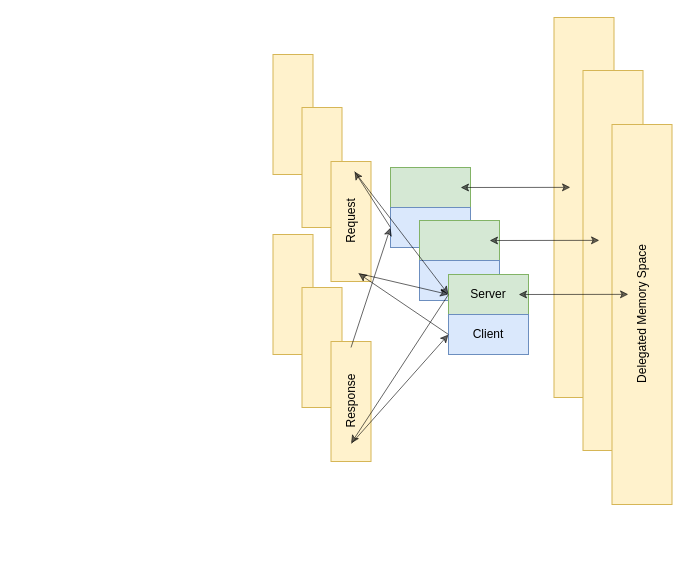
The draw.io diagram FIG/flat_async.drawio in bitslab/dill_thesis, before the edit. Source tidied: cells renumbered, new cells numbered last; positions are measured from the earlier drawing's top-left corner, leaving out a move shared by most shapes. Both pictures are drawn from the tidied source at 100%, with x=0, y=0 at pixel (196, 17).
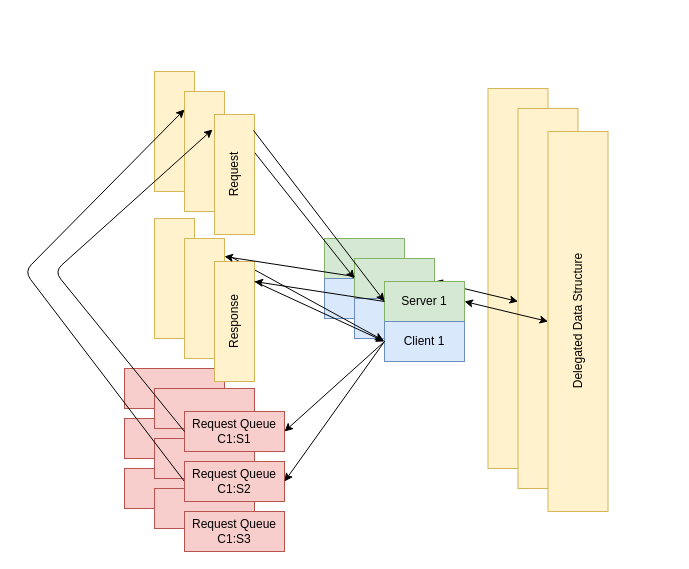
Above is the later version.

The edit, as a diff of the source:
```diff
@@
-    <mxCell id="2" style="group;opacity=60;" parent="1" vertex="1">
-      <mxGeometry width="417.5" height="380" as="geometry" />
-    </mxCell>
-    <mxCell id="3" style="group;" parent="2" vertex="1">
-      <mxGeometry x="76.5" width="341" height="380" as="geometry" />
-    </mxCell>
-    <mxCell id="4" style="rounded=0;whiteSpace=wrap;html=1;flipV=1;horizontal=0;fillColor=#fff2cc;strokeColor=#d6b656;" parent="3" vertex="1">
-      <mxGeometry y="217" width="40" height="120" as="geometry" />
-    </mxCell>
-    <mxCell id="5" style="rounded=0;whiteSpace=wrap;html=1;horizontal=0;fillColor=#fff2cc;strokeColor=#d6b656;" parent="3" vertex="1">
-      <mxGeometry x="281" width="60" height="380" as="geometry" />
-    </mxCell>
-    <mxCell id="6" style="rounded=0;whiteSpace=wrap;html=1;flipV=1;horizontal=0;fillColor=#fff2cc;strokeColor=#d6b656;" parent="3" vertex="1">
-      <mxGeometry y="37" width="40" height="120" as="geometry" />
-    </mxCell>
-    <mxCell id="7" style="group;" parent="3" vertex="1">
-      <mxGeometry x="117.5" y="150" width="80" height="80" as="geometry" />
-    </mxCell>
-    <mxCell id="8" style="rounded=0;whiteSpace=wrap;html=1;shadow=0;fillColor=#d5e8d4;strokeColor=#82b366;" parent="7" vertex="1">
-      <mxGeometry width="80" height="40" as="geometry" />
-    </mxCell>
-    <mxCell id="9" style="rounded=0;whiteSpace=wrap;html=1;shadow=0;fillColor=#dae8fc;strokeColor=#6c8ebf;" parent="7" vertex="1">
-      <mxGeometry y="40" width="80" height="40" as="geometry" />
-    </mxCell>
-    <mxCell id="10" style="endArrow=classic;startArrow=classic;html=1;opacity=60;entryX=0.275;entryY=0.447;entryDx=0;entryDy=0;entryPerimeter=0;" parent="3" edge="1" target="5">
-      <mxGeometry relative="1" as="geometry">
-        <mxPoint x="187.5" y="170" as="sourcePoint" />
-      </mxGeometry>
-    </mxCell>
-    <mxCell id="11" style="group;" parent="1" vertex="1">
-      <mxGeometry x="29" y="53" width="417.5" height="380" as="geometry" />
-    </mxCell>
-    <mxCell id="12" style="group;opacity=60;" parent="11" vertex="1">
-      <mxGeometry x="76.5" width="341" height="380" as="geometry" />
-    </mxCell>
-    <mxCell id="13" style="rounded=0;whiteSpace=wrap;html=1;flipV=1;horizontal=0;fillColor=#fff2cc;strokeColor=#d6b656;" parent="12" vertex="1">
-      <mxGeometry y="217" width="40" height="120" as="geometry" />
-    </mxCell>
-    <mxCell id="14" style="rounded=0;whiteSpace=wrap;html=1;horizontal=0;fillColor=#fff2cc;strokeColor=#d6b656;" parent="12" vertex="1">
-      <mxGeometry x="281" width="60" height="380" as="geometry" />
-    </mxCell>
-    <mxCell id="15" style="rounded=0;whiteSpace=wrap;html=1;flipV=1;horizontal=0;fillColor=#fff2cc;strokeColor=#d6b656;" parent="12" vertex="1">
-      <mxGeometry y="37" width="40" height="120" as="geometry" />
-    </mxCell>
-    <mxCell id="16" style="group;" parent="12" vertex="1">
-      <mxGeometry x="117.5" y="150" width="80" height="80" as="geometry" />
-    </mxCell>
-    <mxCell id="17" style="rounded=0;whiteSpace=wrap;html=1;shadow=0;fillColor=#d5e8d4;strokeColor=#82b366;" parent="16" vertex="1">
-      <mxGeometry width="80" height="40" as="geometry" />
-    </mxCell>
-    <mxCell id="18" style="rounded=0;whiteSpace=wrap;html=1;shadow=0;fillColor=#dae8fc;strokeColor=#6c8ebf;" parent="16" vertex="1">
-      <mxGeometry y="40" width="80" height="40" as="geometry" />
-    </mxCell>
-    <mxCell id="19" style="endArrow=classic;startArrow=classic;html=1;opacity=60;entryX=0.275;entryY=0.447;entryDx=0;entryDy=0;entryPerimeter=0;" parent="12" edge="1" target="14">
-      <mxGeometry relative="1" as="geometry">
-        <mxPoint x="187.5" y="170" as="sourcePoint" />
-      </mxGeometry>
-    </mxCell>
-    <mxCell id="20" style="group;" parent="1" vertex="1">
-      <mxGeometry x="58" y="107" width="417.5" height="380" as="geometry" />
-    </mxCell>
-    <mxCell id="21" style="group;" parent="20" vertex="1">
-      <mxGeometry x="76.5" width="341" height="380" as="geometry" />
-    </mxCell>
+    <mxCell id="36" style="group;" parent="1" vertex="1">
+      <mxGeometry x="-72" y="54" width="423.5" height="437" as="geometry" />
+    </mxCell>
+    <mxCell id="37" style="rounded=0;whiteSpace=wrap;html=1;shadow=0;fillColor=#f8cecc;strokeColor=#b85450;" parent="36" vertex="1">
+      <mxGeometry y="297" width="100" height="40" as="geometry" />
+    </mxCell>
+    <mxCell id="38" style="rounded=0;whiteSpace=wrap;html=1;shadow=0;fillColor=#f8cecc;strokeColor=#b85450;" parent="36" vertex="1">
+      <mxGeometry y="347" width="100" height="40" as="geometry" />
+    </mxCell>
+    <mxCell id="39" style="rounded=0;whiteSpace=wrap;html=1;shadow=0;fillColor=#f8cecc;strokeColor=#b85450;" parent="36" vertex="1">
+      <mxGeometry y="397" width="100" height="40" as="geometry" />
+    </mxCell>
+    <mxCell id="40" style="rounded=0;whiteSpace=wrap;html=1;flipV=1;horizontal=0;fillColor=#fff2cc;strokeColor=#d6b656;" parent="36" vertex="1">
+      <mxGeometry x="30" y="147" width="40" height="120" as="geometry" />
+    </mxCell>
+    <mxCell id="41" style="rounded=0;whiteSpace=wrap;html=1;horizontal=0;fillColor=#fff2cc;strokeColor=#d6b656;" parent="36" vertex="1">
+      <mxGeometry x="363.5" y="17" width="60" height="380" as="geometry" />
+    </mxCell>
+    <mxCell id="42" style="rounded=0;whiteSpace=wrap;html=1;flipV=1;horizontal=0;fillColor=#fff2cc;strokeColor=#d6b656;" parent="36" vertex="1">
+      <mxGeometry x="30" width="40" height="120" as="geometry" />
+    </mxCell>
+    <mxCell id="43" style="group;" parent="36" vertex="1">
+      <mxGeometry x="200" y="167" width="80" height="80" as="geometry" />
+    </mxCell>
+    <mxCell id="44" style="rounded=0;whiteSpace=wrap;html=1;shadow=0;fillColor=#d5e8d4;strokeColor=#82b366;" parent="43" vertex="1">
+      <mxGeometry width="80" height="40" as="geometry" />
+    </mxCell>
+    <mxCell id="45" style="rounded=0;whiteSpace=wrap;html=1;shadow=0;fillColor=#dae8fc;strokeColor=#6c8ebf;" parent="43" vertex="1">
+      <mxGeometry y="40" width="80" height="40" as="geometry" />
+    </mxCell>
+    <mxCell id="46" style="endArrow=classic;html=1;entryX=0;entryY=0.5;entryDx=0;entryDy=0;exitX=0.25;exitY=0;exitDx=0;exitDy=0;" parent="1" edge="1" source="24" target="55">
+      <mxGeometry relative="1" as="geometry" />
+    </mxCell>
+    <mxCell id="47" style="group;" parent="1" vertex="1">
+      <mxGeometry x="-42" y="74" width="423.5" height="437" as="geometry" />
+    </mxCell>
+    <mxCell id="48" style="rounded=0;whiteSpace=wrap;html=1;shadow=0;fillColor=#f8cecc;strokeColor=#b85450;" parent="47" vertex="1">
+      <mxGeometry y="297" width="100" height="40" as="geometry" />
+    </mxCell>
+    <mxCell id="49" style="rounded=0;whiteSpace=wrap;html=1;shadow=0;fillColor=#f8cecc;strokeColor=#b85450;" parent="47" vertex="1">
+      <mxGeometry y="347" width="100" height="40" as="geometry" />
+    </mxCell>
+    <mxCell id="50" style="rounded=0;whiteSpace=wrap;html=1;shadow=0;fillColor=#f8cecc;strokeColor=#b85450;" parent="47" vertex="1">
+      <mxGeometry y="397" width="100" height="40" as="geometry" />
+    </mxCell>
+    <mxCell id="51" style="rounded=0;whiteSpace=wrap;html=1;flipV=1;horizontal=0;fillColor=#fff2cc;strokeColor=#d6b656;" parent="47" vertex="1">
+      <mxGeometry x="30" y="147" width="40" height="120" as="geometry" />
+    </mxCell>
+    <mxCell id="52" style="rounded=0;whiteSpace=wrap;html=1;horizontal=0;fillColor=#fff2cc;strokeColor=#d6b656;" parent="47" vertex="1">
+      <mxGeometry x="363.5" y="17" width="60" height="380" as="geometry" />
+    </mxCell>
+    <mxCell id="53" style="rounded=0;whiteSpace=wrap;html=1;flipV=1;horizontal=0;fillColor=#fff2cc;strokeColor=#d6b656;" parent="47" vertex="1">
+      <mxGeometry x="30" width="40" height="120" as="geometry" />
+    </mxCell>
+    <mxCell id="54" style="group;" parent="47" vertex="1">
+      <mxGeometry x="200" y="167" width="80" height="80" as="geometry" />
+    </mxCell>
+    <mxCell id="55" style="rounded=0;whiteSpace=wrap;html=1;shadow=0;fillColor=#d5e8d4;strokeColor=#82b366;" parent="54" vertex="1">
+      <mxGeometry width="80" height="40" as="geometry" />
+    </mxCell>
+    <mxCell id="56" style="rounded=0;whiteSpace=wrap;html=1;shadow=0;fillColor=#dae8fc;strokeColor=#6c8ebf;" parent="54" vertex="1">
+      <mxGeometry y="40" width="80" height="40" as="geometry" />
+    </mxCell>
+    <mxCell id="57" style="endArrow=classic;html=1;exitX=1.1;exitY=0.858;exitDx=0;exitDy=0;entryX=0.363;entryY=1.05;entryDx=0;entryDy=0;entryPerimeter=0;exitPerimeter=0;" parent="47" edge="1" source="51" target="56">
+      <mxGeometry relative="1" as="geometry" />
+    </mxCell>
+    <mxCell id="58" style="endArrow=classic;html=1;exitX=0;exitY=0.5;exitDx=0;exitDy=0;entryX=0;entryY=0.85;entryDx=0;entryDy=0;entryPerimeter=0;" parent="1" edge="1" source="62" target="53">
+      <mxGeometry relative="1" as="geometry">
+        <Array as="points">
+          <mxPoint x="-172" y="254" />
+        </Array>
+      </mxGeometry>
+    </mxCell>
+    <mxCell id="59" style="group;" parent="1" vertex="1">
+      <mxGeometry x="-12" y="97" width="423.5" height="437" as="geometry" />
+    </mxCell>
+    <mxCell id="60" style="endArrow=classic;startArrow=classic;html=1;entryX=0;entryY=0.5;entryDx=0;entryDy=0;exitX=1;exitY=0.5;exitDx=0;exitDy=0;" parent="59" edge="1">
+      <mxGeometry relative="1" as="geometry">
+        <mxPoint x="250" y="167" as="sourcePoint" />
+        <mxPoint x="333.5" y="187" as="targetPoint" />
+      </mxGeometry>
+    </mxCell>
+    <mxCell id="61" value="Request Queue C1:S1" style="rounded=0;whiteSpace=wrap;html=1;shadow=0;fillColor=#f8cecc;strokeColor=#b85450;" parent="59" vertex="1">
+      <mxGeometry y="297" width="100" height="40" as="geometry" />
+    </mxCell>
+    <mxCell id="62" value="Request Queue&lt;br&gt;C1:S2" style="rounded=0;whiteSpace=wrap;html=1;shadow=0;fillColor=#f8cecc;strokeColor=#b85450;" parent="59" vertex="1">
+      <mxGeometry y="347" width="100" height="40" as="geometry" />
+    </mxCell>
+    <mxCell id="63" value="Request Queue&lt;br&gt;C1:S3" style="rounded=0;whiteSpace=wrap;html=1;shadow=0;fillColor=#f8cecc;strokeColor=#b85450;" parent="59" vertex="1">
+      <mxGeometry y="397" width="100" height="40" as="geometry" />
+    </mxCell>
-    <mxCell id="22" value="Response" style="rounded=0;whiteSpace=wrap;html=1;flipV=1;horizontal=0;fillColor=#fff2cc;strokeColor=#d6b656;" parent="21" vertex="1">
-      <mxGeometry y="217" width="40" height="120" as="geometry" />
+    <mxCell id="22" value="Response" style="rounded=0;whiteSpace=wrap;html=1;flipV=1;horizontal=0;fillColor=#fff2cc;strokeColor=#d6b656;" parent="59" vertex="1">
+      <mxGeometry x="30" y="147" width="40" height="120" as="geometry" />
     </mxCell>
-    <mxCell id="23" value="Delegated Memory Space" style="rounded=0;whiteSpace=wrap;html=1;horizontal=0;fillColor=#fff2cc;strokeColor=#d6b656;" parent="21" vertex="1">
-      <mxGeometry x="281" width="60" height="380" as="geometry" />
+    <mxCell id="23" value="Delegated Data Structure" style="rounded=0;whiteSpace=wrap;html=1;horizontal=0;fillColor=#fff2cc;strokeColor=#d6b656;" parent="59" vertex="1">
+      <mxGeometry x="363.5" y="17" width="60" height="380" as="geometry" />
     </mxCell>
-    <mxCell id="24" value="Request" style="rounded=0;whiteSpace=wrap;html=1;flipV=1;horizontal=0;fillColor=#fff2cc;strokeColor=#d6b656;" parent="21" vertex="1">
-      <mxGeometry y="37" width="40" height="120" as="geometry" />
+    <mxCell id="24" value="Request" style="rounded=0;whiteSpace=wrap;html=1;flipV=1;horizontal=0;fillColor=#fff2cc;strokeColor=#d6b656;" parent="59" vertex="1">
+      <mxGeometry x="30" width="40" height="120" as="geometry" />
     </mxCell>
-    <mxCell id="25" style="group;" parent="21" vertex="1">
-      <mxGeometry x="117.5" y="150" width="80" height="80" as="geometry" />
+    <mxCell id="25" style="group;" parent="59" vertex="1">
+      <mxGeometry x="200" y="167" width="80" height="80" as="geometry" />
     </mxCell>
-    <mxCell id="26" value="Server" style="rounded=0;whiteSpace=wrap;html=1;shadow=0;fillColor=#d5e8d4;strokeColor=#82b366;" parent="25" vertex="1">
+    <mxCell id="26" value="Server 1" style="rounded=0;whiteSpace=wrap;html=1;shadow=0;fillColor=#d5e8d4;strokeColor=#82b366;" parent="25" vertex="1">
       <mxGeometry width="80" height="40" as="geometry" />
     </mxCell>
-    <mxCell id="27" value="Client" style="rounded=0;whiteSpace=wrap;html=1;shadow=0;fillColor=#dae8fc;strokeColor=#6c8ebf;" parent="25" vertex="1">
+    <mxCell id="27" value="Client 1" style="rounded=0;whiteSpace=wrap;html=1;shadow=0;fillColor=#dae8fc;strokeColor=#6c8ebf;" parent="25" vertex="1">
       <mxGeometry y="40" width="80" height="40" as="geometry" />
     </mxCell>
-    <mxCell id="28" style="endArrow=classic;html=1;opacity=60;exitX=0;exitY=0.5;exitDx=0;exitDy=0;" parent="25" edge="1" source="27">
-      <mxGeometry relative="1" as="geometry">
-        <mxPoint x="-90" y="-1" as="targetPoint" />
-      </mxGeometry>
-    </mxCell>
-    <mxCell id="29" style="endArrow=classic;html=1;opacity=60;entryX=0;entryY=0.5;entryDx=0;entryDy=0;" parent="21" edge="1" target="27">
-      <mxGeometry relative="1" as="geometry">
-        <mxPoint x="20.5" y="319" as="sourcePoint" />
-      </mxGeometry>
-    </mxCell>
+    <mxCell id="64" style="endArrow=classic;html=1;exitX=0;exitY=0.5;exitDx=0;exitDy=0;entryX=1;entryY=0.5;entryDx=0;entryDy=0;" parent="59" edge="1" source="27" target="61">
+      <mxGeometry relative="1" as="geometry" />
+    </mxCell>
+    <mxCell id="65" style="endArrow=classic;html=1;entryX=1;entryY=0.5;entryDx=0;entryDy=0;" parent="59" edge="1">
+      <mxGeometry relative="1" as="geometry">
+        <mxPoint x="200" y="227" as="sourcePoint" />
+        <mxPoint x="100" y="367" as="targetPoint" />
+      </mxGeometry>
+    </mxCell>
+    <mxCell id="66" style="endArrow=classic;html=1;exitX=0;exitY=0.5;exitDx=0;exitDy=0;entryX=-0.05;entryY=0.875;entryDx=0;entryDy=0;entryPerimeter=0;" parent="59" edge="1" source="61" target="24">
+      <mxGeometry relative="1" as="geometry">
+        <Array as="points">
+          <mxPoint x="-130" y="157" />
+        </Array>
+      </mxGeometry>
+    </mxCell>
+    <mxCell id="31" style="endArrow=classic;html=1;exitX=0.975;exitY=0.867;exitDx=0;exitDy=0;exitPerimeter=0;entryX=0;entryY=0.5;entryDx=0;entryDy=0;" parent="59" edge="1" source="24" target="26">
+      <mxGeometry relative="1" as="geometry" />
+    </mxCell>
+    <mxCell id="67" style="endArrow=classic;startArrow=classic;html=1;entryX=0;entryY=0.5;entryDx=0;entryDy=0;exitX=1;exitY=0.5;exitDx=0;exitDy=0;" parent="59" edge="1" source="26" target="23">
+      <mxGeometry relative="1" as="geometry" />
+    </mxCell>
-    <mxCell id="30" style="endArrow=classic;html=1;opacity=60;entryX=0.5;entryY=0.15;entryDx=0;entryDy=0;entryPerimeter=0;exitX=0;exitY=0.5;exitDx=0;exitDy=0;" parent="21" edge="1" source="26" target="22">
+    <mxCell id="30" style="endArrow=classic;html=1;exitX=0;exitY=0.5;exitDx=0;exitDy=0;entryX=1;entryY=0.833;entryDx=0;entryDy=0;entryPerimeter=0;" parent="59" edge="1" source="26" target="22">
       <mxGeometry relative="1" as="geometry" />
     </mxCell>
-    <mxCell id="31" style="endArrow=classic;html=1;opacity=60;entryX=0;entryY=0.5;entryDx=0;entryDy=0;exitX=0.688;exitY=0.067;exitDx=0;exitDy=0;exitPerimeter=0;" parent="21" edge="1" source="24" target="26">
-      <mxGeometry relative="1" as="geometry" />
-    </mxCell>
-    <mxCell id="32" style="endArrow=classic;startArrow=classic;html=1;opacity=60;entryX=0.275;entryY=0.447;entryDx=0;entryDy=0;entryPerimeter=0;" parent="21" edge="1" target="23">
-      <mxGeometry relative="1" as="geometry">
-        <mxPoint x="187.5" y="170" as="sourcePoint" />
-      </mxGeometry>
-    </mxCell>
-    <mxCell id="33" style="endArrow=classic;html=1;opacity=60;entryX=0;entryY=0.5;entryDx=0;entryDy=0;" parent="21" edge="1" target="9">
-      <mxGeometry relative="1" as="geometry">
-        <mxPoint x="20" y="223" as="sourcePoint" />
-      </mxGeometry>
-    </mxCell>
-    <mxCell id="34" style="endArrow=classic;html=1;opacity=60;entryX=0;entryY=0.5;entryDx=0;entryDy=0;" parent="1" edge="1" target="26">
-      <mxGeometry relative="1" as="geometry">
-        <mxPoint x="158" y="154" as="sourcePoint" />
-      </mxGeometry>
-    </mxCell>
-    <mxCell id="35" style="endArrow=classic;html=1;opacity=60;exitX=0;exitY=0.5;exitDx=0;exitDy=0;entryX=0.588;entryY=0.917;entryDx=0;entryDy=0;entryPerimeter=0;" parent="1" edge="1" source="9" target="24">
-      <mxGeometry relative="1" as="geometry" />
-    </mxCell>
+    <mxCell id="68" style="endArrow=classic;html=1;exitX=0;exitY=0.5;exitDx=0;exitDy=0;entryX=1;entryY=0.833;entryDx=0;entryDy=0;entryPerimeter=0;" parent="59" edge="1">
+      <mxGeometry relative="1" as="geometry">
+        <mxPoint x="170" y="162" as="sourcePoint" />
+        <mxPoint x="40" y="142" as="targetPoint" />
+      </mxGeometry>
+    </mxCell>
+    <mxCell id="69" style="endArrow=classic;html=1;" parent="59" edge="1">
+      <mxGeometry relative="1" as="geometry">
+        <mxPoint x="70" y="167" as="sourcePoint" />
+        <mxPoint x="200" y="227" as="targetPoint" />
+      </mxGeometry>
+    </mxCell>
```
